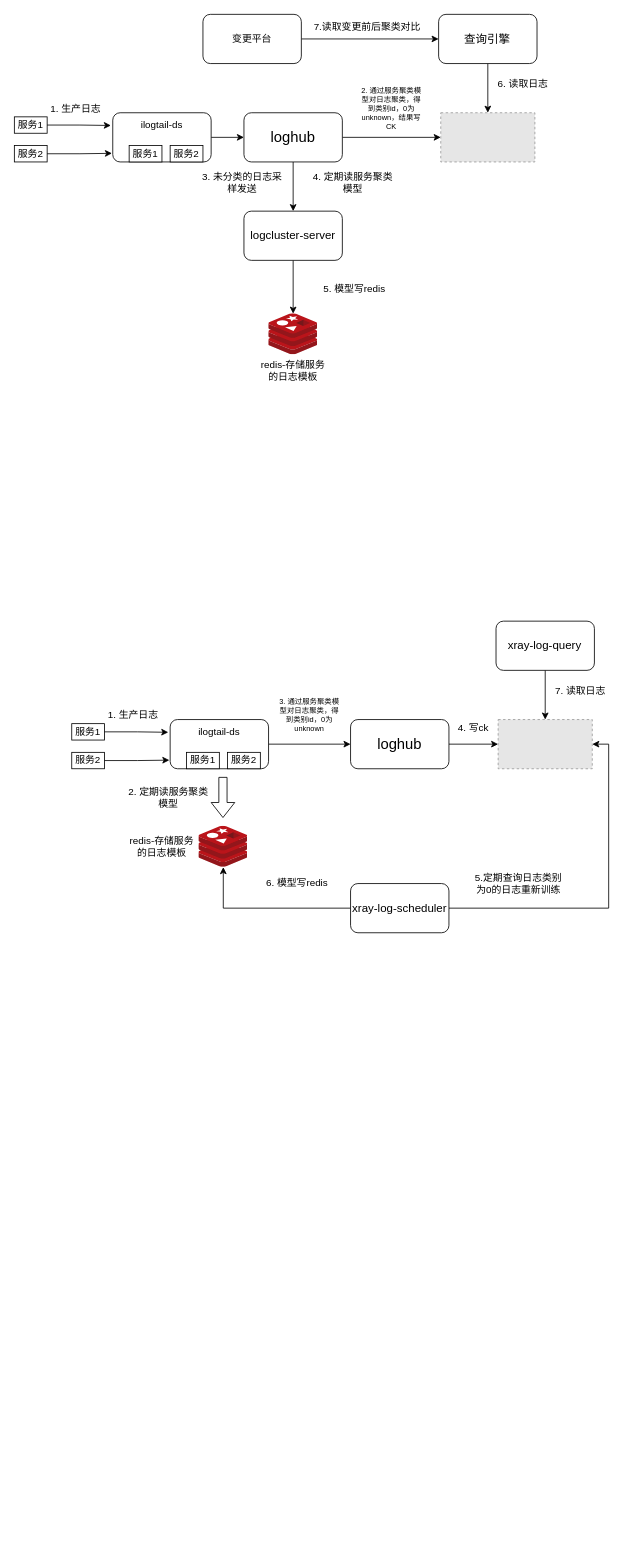
Before: page "第 2 页" (5 of 26) of 未命名绘图.drawio in PalanQu/images, a draw.io diagram. Source tidied: cells renumbered, new cells numbered last; positions are measured from the earlier drawing's top-left corner, leaving out a move shared by most shapes. Both pictures are drawn from the tidied source at 82%, with x=0, y=0 at pixel (14, 14). Pictures stored in the file or linked from it are replaced by grey dashed boxes.
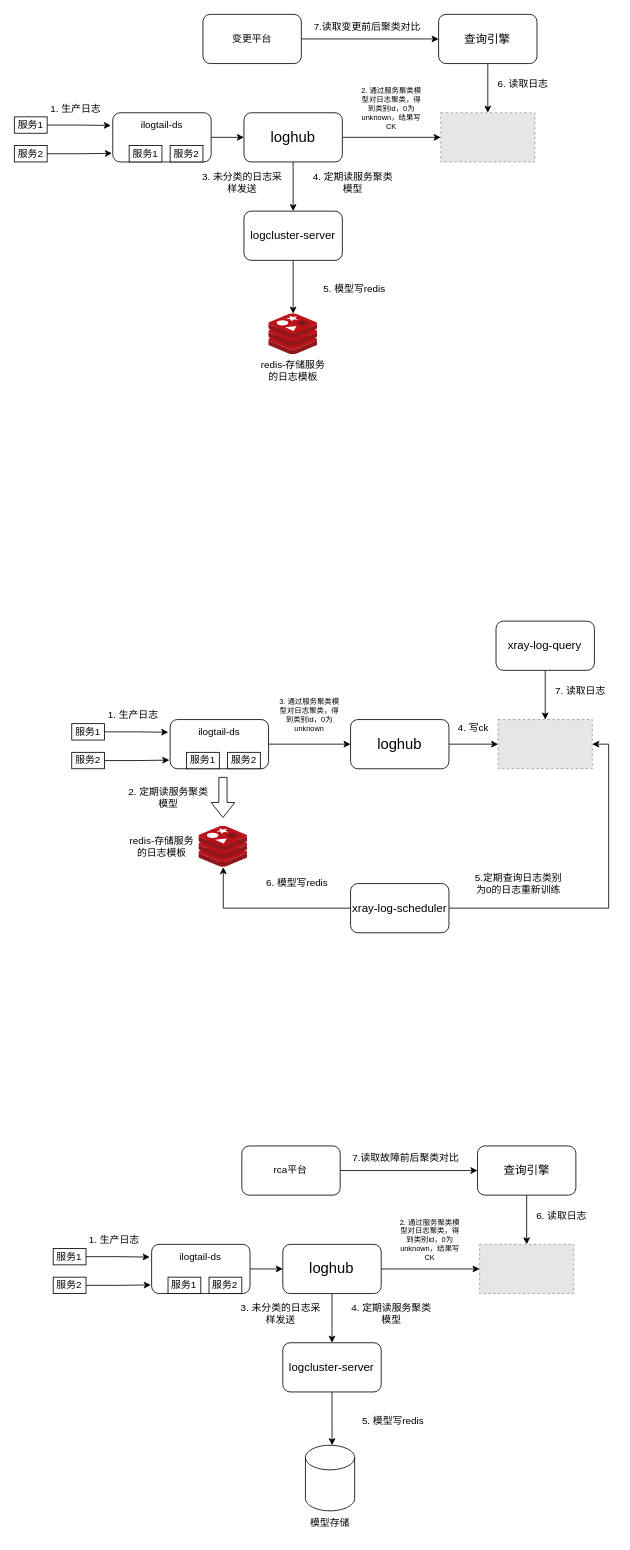
The same page after the edit.

Commit message:
Update 未命名绘图.drawio

The edit, as a diff of the source:
```diff
@@
+    <mxCell id="57" style="edgeStyle=orthogonalEdgeStyle;rounded=0;jettySize=auto;html=1;" parent="1" edge="1" source="58" target="61">
+      <mxGeometry relative="1" as="geometry" />
+    </mxCell>
+    <mxCell id="58" style="rounded=1;whiteSpace=wrap;html=1;fontSize=18;" parent="1" vertex="1">
+      <mxGeometry x="167.4" y="1500" width="120" height="60" as="geometry" />
+    </mxCell>
+    <mxCell id="59" style="edgeStyle=orthogonalEdgeStyle;rounded=0;jettySize=auto;html=1;" parent="1" edge="1" source="61" target="66">
+      <mxGeometry relative="1" as="geometry" />
+    </mxCell>
+    <mxCell id="60" style="edgeStyle=orthogonalEdgeStyle;rounded=0;jettySize=auto;html=1;" parent="1" edge="1" source="61" target="68">
+      <mxGeometry relative="1" as="geometry" />
+    </mxCell>
+    <mxCell id="61" value="loghub" style="rounded=1;whiteSpace=wrap;html=1;fontSize=18;" parent="1" vertex="1">
+      <mxGeometry x="327.4" y="1500" width="120" height="60" as="geometry" />
+    </mxCell>
+    <mxCell id="62" value="ilogtail-ds" style="text;strokeColor=none;align=center;fillColor=none;html=1;verticalAlign=middle;whiteSpace=wrap;rounded=0;" parent="1" vertex="1">
+      <mxGeometry x="197.4" y="1500" width="60" height="30" as="geometry" />
+    </mxCell>
+    <mxCell id="63" value="服务1" style="rounded=0;whiteSpace=wrap;html=1;" parent="1" vertex="1">
+      <mxGeometry x="187.4" y="1540" width="40" height="20" as="geometry" />
+    </mxCell>
+    <mxCell id="64" value="服务2" style="rounded=0;whiteSpace=wrap;html=1;" parent="1" vertex="1">
+      <mxGeometry x="237.4" y="1540" width="40" height="20" as="geometry" />
+    </mxCell>
+    <mxCell id="65" value="3. 未分类的日志采样发送" style="text;strokeColor=none;align=center;fillColor=none;html=1;verticalAlign=middle;whiteSpace=wrap;rounded=0;" parent="1" vertex="1">
+      <mxGeometry x="272.4" y="1570" width="105.5" height="30" as="geometry" />
+    </mxCell>
+    <mxCell id="66" style="fillColor=#E6E6E6;strokeColor=#999999;dashed=1;verticalLabelPosition=bottom;labelBackgroundColor=default;verticalAlign=top;" parent="1" vertex="1">
+      <mxGeometry x="567.4" y="1500" width="114.8" height="60" as="geometry" />
+    </mxCell>
+    <mxCell id="67" style="edgeStyle=orthogonalEdgeStyle;rounded=0;jettySize=auto;html=1;" parent="1" edge="1" source="68">
+      <mxGeometry relative="1" as="geometry">
+        <mxPoint x="387.5" y="1745" as="targetPoint" />
+      </mxGeometry>
+    </mxCell>
+    <mxCell id="68" value="logcluster-server" style="rounded=1;whiteSpace=wrap;html=1;fontSize=14;" parent="1" vertex="1">
+      <mxGeometry x="327.4" y="1620" width="120" height="60" as="geometry" />
+    </mxCell>
+    <mxCell id="69" value="服务1" style="rounded=0;whiteSpace=wrap;html=1;" parent="1" vertex="1">
+      <mxGeometry x="47.4" y="1505" width="40" height="20" as="geometry" />
+    </mxCell>
+    <mxCell id="70" value="服务2" style="rounded=0;whiteSpace=wrap;html=1;" parent="1" vertex="1">
+      <mxGeometry x="47.4" y="1540" width="40" height="20" as="geometry" />
+    </mxCell>
+    <mxCell id="71" style="edgeStyle=orthogonalEdgeStyle;rounded=0;jettySize=auto;html=1;exitX=1;exitY=0.5;exitDx=0;exitDy=0;entryX=-0.019;entryY=0.259;entryDx=0;entryDy=0;entryPerimeter=0;" parent="1" edge="1" source="69" target="58">
+      <mxGeometry relative="1" as="geometry" />
+    </mxCell>
+    <mxCell id="72" style="edgeStyle=orthogonalEdgeStyle;rounded=0;jettySize=auto;html=1;exitX=1;exitY=0.5;exitDx=0;exitDy=0;entryX=-0.008;entryY=0.825;entryDx=0;entryDy=0;entryPerimeter=0;" parent="1" edge="1" source="70" target="58">
+      <mxGeometry relative="1" as="geometry" />
+    </mxCell>
+    <mxCell id="73" value="2. 通过服务聚类模型对日志聚类，得到类别id，0为unknown，结果写CK" style="text;strokeColor=none;align=center;fillColor=none;html=1;verticalAlign=middle;whiteSpace=wrap;rounded=0;fontSize=9;" parent="1" vertex="1">
+      <mxGeometry x="467.4" y="1465" width="80" height="60" as="geometry" />
+    </mxCell>
+    <mxCell id="74" value="模型存储" style="text;strokeColor=none;align=center;fillColor=none;html=1;verticalAlign=middle;whiteSpace=wrap;rounded=0;" parent="1" vertex="1">
+      <mxGeometry x="345" y="1825" width="80" height="30" as="geometry" />
+    </mxCell>
+    <mxCell id="75" value="1. 生产日志" style="text;strokeColor=none;align=center;fillColor=none;html=1;verticalAlign=middle;whiteSpace=wrap;rounded=0;" parent="1" vertex="1">
+      <mxGeometry x="87.4" y="1480" width="70" height="30" as="geometry" />
+    </mxCell>
+    <mxCell id="76" value="5. 模型写redis" style="text;strokeColor=none;align=center;fillColor=none;html=1;verticalAlign=middle;whiteSpace=wrap;rounded=0;" parent="1" vertex="1">
+      <mxGeometry x="407.4" y="1685" width="110" height="60" as="geometry" />
+    </mxCell>
+    <mxCell id="77" style="edgeStyle=orthogonalEdgeStyle;rounded=0;jettySize=auto;html=1;" parent="1" edge="1" source="78" target="66">
+      <mxGeometry relative="1" as="geometry" />
+    </mxCell>
+    <mxCell id="78" value="查询引擎" style="rounded=1;whiteSpace=wrap;html=1;fontSize=14;" parent="1" vertex="1">
+      <mxGeometry x="564.8" y="1380" width="120" height="60" as="geometry" />
+    </mxCell>
+    <mxCell id="79" value="6. 读取日志" style="text;html=1;align=center;verticalAlign=middle;strokeColor=none;fillColor=none;" parent="1" vertex="1">
+      <mxGeometry x="627.4" y="1450" width="80" height="30" as="geometry" />
+    </mxCell>
+    <mxCell id="80" value="4. 定期读服务聚类模型" style="text;strokeColor=none;align=center;fillColor=none;html=1;verticalAlign=middle;whiteSpace=wrap;rounded=0;" parent="1" vertex="1">
+      <mxGeometry x="407.4" y="1570" width="105.5" height="30" as="geometry" />
+    </mxCell>
+    <mxCell id="81" style="edgeStyle=orthogonalEdgeStyle;rounded=0;jettySize=auto;html=1;" parent="1" edge="1" source="82" target="78">
+      <mxGeometry relative="1" as="geometry" />
+    </mxCell>
+    <mxCell id="82" value="rca平台" style="rounded=1;whiteSpace=wrap;html=1;" parent="1" vertex="1">
+      <mxGeometry x="277.4" y="1380" width="120" height="60" as="geometry" />
+    </mxCell>
+    <mxCell id="83" value="7.读取故障前后聚类对比" style="text;html=1;align=center;verticalAlign=middle;strokeColor=none;fillColor=none;" parent="1" vertex="1">
+      <mxGeometry x="402.4" y="1380" width="150" height="30" as="geometry" />
+    </mxCell>
+    <mxCell id="84" style="shape=cylinder3;whiteSpace=wrap;html=1;boundedLbl=1;backgroundOutline=1;size=15;" parent="1" vertex="1">
+      <mxGeometry x="355" y="1745" width="60" height="80" as="geometry" />
+    </mxCell>
```
